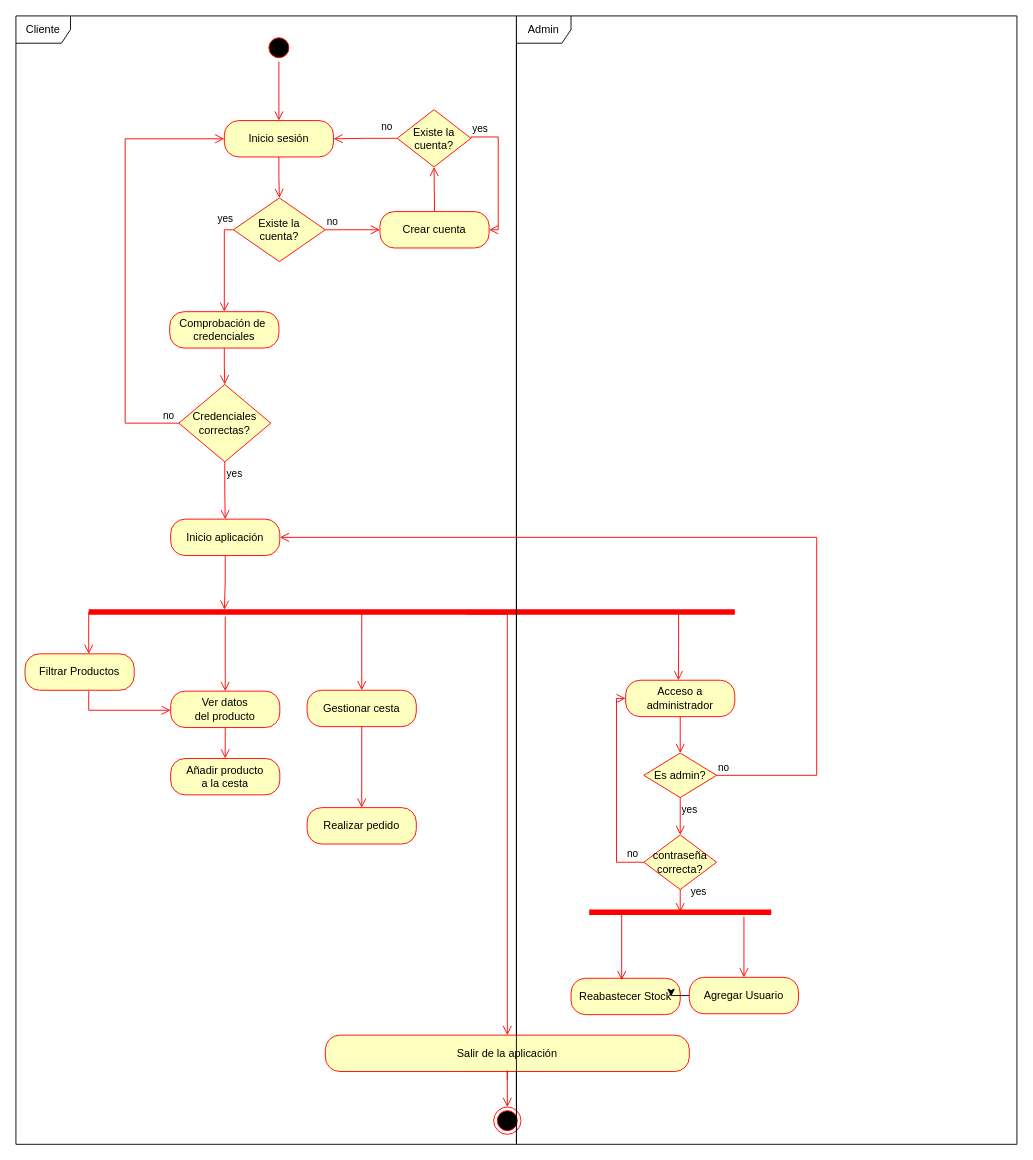
AlfonsoGallardoFlorida/DeffinePI keeps this draw.io diagram as entornos/DiagramaDeActividades.drawio. Above is the earlier version. Source tidied: cells renumbered, new cells numbered last; positions are measured from the earlier drawing's top-left corner, leaving out a move shared by most shapes. Both pictures are drawn from the tidied source at 91%, with x=0, y=0 at pixel (15, 15).
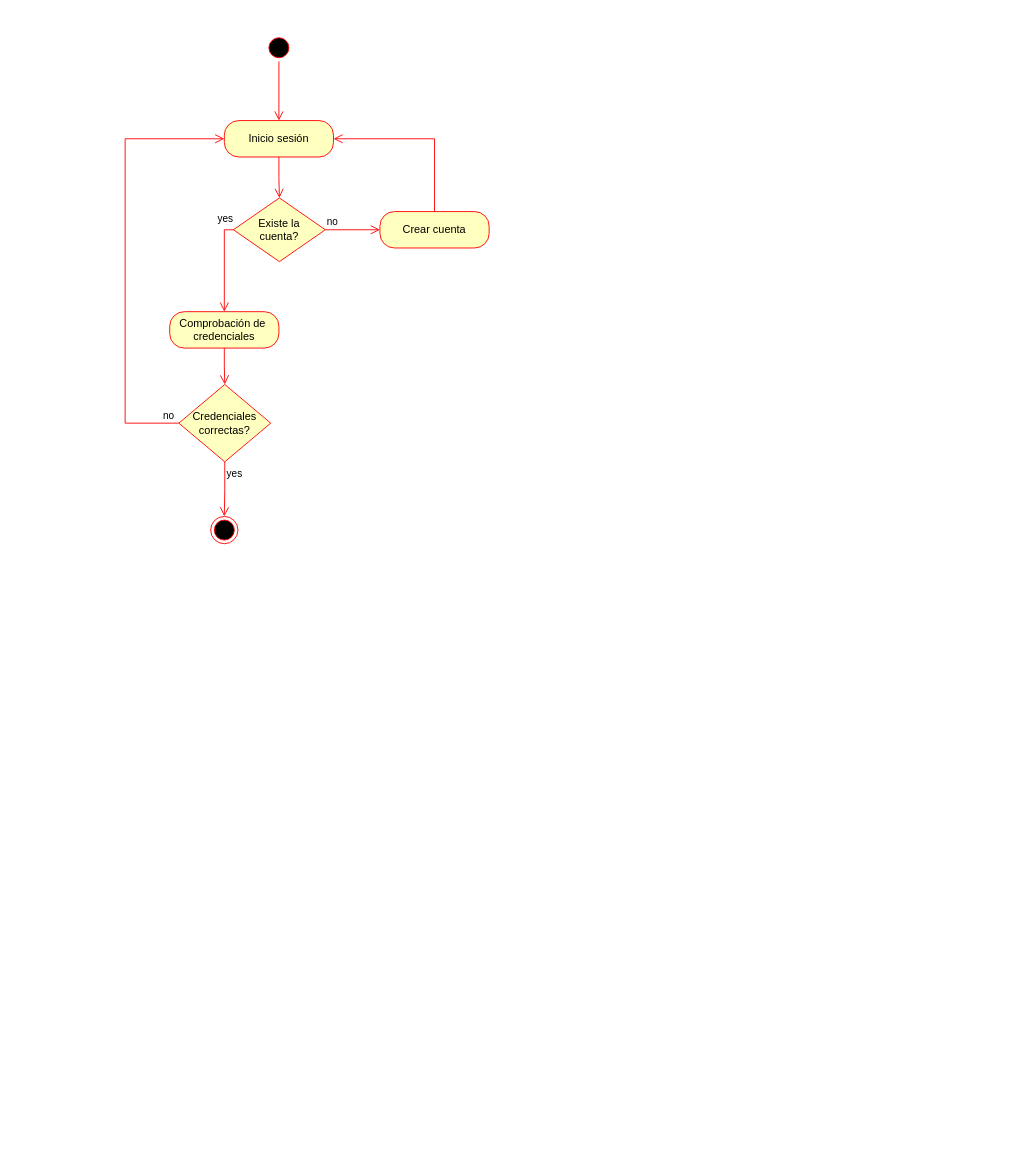
Above is the later version.

Commit message:
DiagramaDeActividades Inicio Sesión

The change refers to these unchanged cells:
```xml
<mxCell id="4" value="Inicio sesión" style="rounded=1;whiteSpace=wrap;html=1;arcSize=40;fontColor=#000000;fillColor=#ffffc0;strokeColor=#ff0000;" parent="1" vertex="1">
  <mxGeometry x="229" y="115" width="120" height="40" as="geometry" />
</mxCell>
<mxCell id="9" value="Crear cuenta" style="rounded=1;whiteSpace=wrap;html=1;arcSize=40;fontColor=#000000;fillColor=#ffffc0;strokeColor=#ff0000;" parent="1" vertex="1">
  <mxGeometry x="400" y="215" width="120" height="40" as="geometry" />
</mxCell>
<mxCell id="13" value="Credenciales correctas?" style="rhombus;whiteSpace=wrap;html=1;fontColor=#000000;fillColor=#ffffc0;strokeColor=#ff0000;" parent="1" vertex="1">
  <mxGeometry x="179" y="405" width="101" height="85" as="geometry" />
</mxCell>
```

Diff of the diagram source:
```diff
@@
-    <mxCell id="10" style="edgeStyle=orthogonalEdgeStyle;html=1;verticalAlign=bottom;endArrow=open;endSize=8;strokeColor=#ff0000;rounded=0;entryX=0.5;entryY=1;entryDx=0;entryDy=0;exitX=0.5;exitY=0;exitDx=0;exitDy=0;" parent="1" edge="1" source="9" target="31">
+    <mxCell id="10" style="edgeStyle=orthogonalEdgeStyle;html=1;verticalAlign=bottom;endArrow=open;endSize=8;strokeColor=#ff0000;rounded=0;entryX=1;entryY=0.5;entryDx=0;entryDy=0;" parent="1" edge="1" source="9" target="4">
       <mxGeometry relative="1" as="geometry">
         <Array as="points">
-          <mxPoint x="459" y="215" />
+          <mxPoint x="460" y="135" />
         </Array>
       </mxGeometry>
     </mxCell>
@@
-    <mxCell id="15" value="yes" style="edgeStyle=orthogonalEdgeStyle;html=1;align=left;verticalAlign=top;endArrow=open;endSize=8;strokeColor=#ff0000;rounded=0;entryX=0.5;entryY=0;entryDx=0;entryDy=0;" parent="1" edge="1" source="13" target="16">
+    <mxCell id="15" value="yes" style="edgeStyle=orthogonalEdgeStyle;html=1;align=left;verticalAlign=top;endArrow=open;endSize=8;strokeColor=#ff0000;rounded=0;entryX=0.5;entryY=0;entryDx=0;entryDy=0;" parent="1" edge="1" source="13" target="54">
       <mxGeometry x="-1" relative="1" as="geometry" />
     </mxCell>
-    <mxCell id="16" value="Inicio aplicación" style="rounded=1;whiteSpace=wrap;html=1;arcSize=40;fontColor=#000000;fillColor=#ffffc0;strokeColor=#ff0000;" parent="1" vertex="1">
-      <mxGeometry x="170" y="553" width="120" height="40" as="geometry" />
-    </mxCell>
-    <mxCell id="17" style="edgeStyle=orthogonalEdgeStyle;html=1;verticalAlign=bottom;endArrow=open;endSize=8;strokeColor=#ff0000;rounded=0;entryX=0.21;entryY=0.256;entryDx=0;entryDy=0;entryPerimeter=0;" parent="1" edge="1" source="16" target="19">
-      <mxGeometry relative="1" as="geometry" />
-    </mxCell>
-    <mxCell id="18" style="edgeStyle=orthogonalEdgeStyle;html=1;verticalAlign=bottom;endArrow=open;endSize=8;strokeColor=#ff0000;rounded=0;exitX=0;exitY=0.5;exitDx=0;exitDy=0;exitPerimeter=0;entryX=0.5;entryY=0;entryDx=0;entryDy=0;" parent="1" edge="1" source="19">
-      <mxGeometry relative="1" as="geometry">
-        <mxPoint x="80" y="701" as="targetPoint" />
-        <Array as="points">
-          <mxPoint x="80" y="655" />
-        </Array>
-      </mxGeometry>
-    </mxCell>
-    <mxCell id="19" style="shape=line;html=1;strokeWidth=6;strokeColor=#ff0000;" parent="1" vertex="1">
-      <mxGeometry x="80" y="650" width="710" height="10" as="geometry" />
-    </mxCell>
-    <mxCell id="20" value="Filtrar Productos" style="rounded=1;whiteSpace=wrap;html=1;arcSize=40;fontColor=#000000;fillColor=#ffffc0;strokeColor=#ff0000;" parent="1" vertex="1">
-      <mxGeometry x="10" y="701" width="120" height="40" as="geometry" />
-    </mxCell>
-    <mxCell id="21" style="edgeStyle=orthogonalEdgeStyle;html=1;verticalAlign=bottom;endArrow=open;endSize=8;strokeColor=#ff0000;rounded=0;entryX=0;entryY=0.5;entryDx=0;entryDy=0;" parent="1" edge="1">
-      <mxGeometry relative="1" as="geometry">
-        <mxPoint x="80" y="742" as="sourcePoint" />
-        <mxPoint x="170" y="763" as="targetPoint" />
-        <Array as="points">
-          <mxPoint x="80" y="763" />
-        </Array>
-      </mxGeometry>
-    </mxCell>
-    <mxCell id="22" value="Ver datos &lt;br&gt;del producto" style="rounded=1;whiteSpace=wrap;html=1;arcSize=40;fontColor=#000000;fillColor=#ffffc0;strokeColor=#ff0000;" parent="1" vertex="1">
-      <mxGeometry x="170" y="742" width="120" height="40" as="geometry" />
-    </mxCell>
-    <mxCell id="23" style="edgeStyle=orthogonalEdgeStyle;html=1;verticalAlign=bottom;endArrow=open;endSize=8;strokeColor=#ff0000;rounded=0;entryX=0.5;entryY=0;entryDx=0;entryDy=0;" parent="1" edge="1" source="22" target="25">
-      <mxGeometry relative="1" as="geometry" />
-    </mxCell>
-    <mxCell id="24" style="edgeStyle=orthogonalEdgeStyle;html=1;verticalAlign=bottom;endArrow=open;endSize=8;strokeColor=#ff0000;rounded=0;entryX=0.5;entryY=0;entryDx=0;entryDy=0;" parent="1" edge="1" source="19" target="22">
-      <mxGeometry relative="1" as="geometry">
-        <Array as="points">
-          <mxPoint x="230" y="680" />
-          <mxPoint x="230" y="680" />
-        </Array>
-      </mxGeometry>
-    </mxCell>
-    <mxCell id="25" value="Añadir producto&lt;br&gt;a la cesta" style="rounded=1;whiteSpace=wrap;html=1;arcSize=40;fontColor=#000000;fillColor=#ffffc0;strokeColor=#ff0000;" parent="1" vertex="1">
-      <mxGeometry x="170" y="816" width="120" height="40" as="geometry" />
-    </mxCell>
-    <mxCell id="26" value="Gestionar cesta" style="rounded=1;whiteSpace=wrap;html=1;arcSize=40;fontColor=#000000;fillColor=#ffffc0;strokeColor=#ff0000;" parent="1" vertex="1">
-      <mxGeometry x="320" y="741" width="120" height="40" as="geometry" />
-    </mxCell>
-    <mxCell id="27" style="edgeStyle=orthogonalEdgeStyle;html=1;verticalAlign=bottom;endArrow=open;endSize=8;strokeColor=#ff0000;rounded=0;entryX=0.5;entryY=0;entryDx=0;entryDy=0;" parent="1" edge="1" source="26" target="29">
-      <mxGeometry relative="1" as="geometry" />
-    </mxCell>
-    <mxCell id="28" style="edgeStyle=orthogonalEdgeStyle;html=1;verticalAlign=bottom;endArrow=open;endSize=8;strokeColor=#ff0000;rounded=0;entryX=0.5;entryY=0;entryDx=0;entryDy=0;exitX=1;exitY=0.5;exitDx=0;exitDy=0;exitPerimeter=0;" parent="1" edge="1" source="19" target="26">
-      <mxGeometry relative="1" as="geometry">
-        <Array as="points">
-          <mxPoint x="380" y="680" />
-          <mxPoint x="380" y="680" />
-        </Array>
-      </mxGeometry>
-    </mxCell>
-    <mxCell id="29" value="Realizar pedido" style="rounded=1;whiteSpace=wrap;html=1;arcSize=40;fontColor=#000000;fillColor=#ffffc0;strokeColor=#ff0000;" parent="1" vertex="1">
-      <mxGeometry x="320" y="870" width="120" height="40" as="geometry" />
-    </mxCell>
-    <mxCell id="30" style="ellipse;html=1;shape=endState;fillColor=#000000;strokeColor=#ff0000;" parent="1" vertex="1">
-      <mxGeometry x="525" y="1199" width="30" height="30" as="geometry" />
-    </mxCell>
-    <mxCell id="31" value="Existe la cuenta?" style="rhombus;whiteSpace=wrap;html=1;fontColor=#000000;fillColor=#ffffc0;strokeColor=#ff0000;" parent="1" vertex="1">
-      <mxGeometry x="419" y="103" width="81" height="63" as="geometry" />
-    </mxCell>
-    <mxCell id="32" value="no" style="edgeStyle=orthogonalEdgeStyle;html=1;align=left;verticalAlign=bottom;endArrow=open;endSize=8;strokeColor=#ff0000;rounded=0;entryX=1;entryY=0.5;entryDx=0;entryDy=0;" parent="1" edge="1" source="31" target="4">
-      <mxGeometry x="-0.46" y="-4" relative="1" as="geometry" />
-    </mxCell>
-    <mxCell id="33" value="yes" style="edgeStyle=orthogonalEdgeStyle;html=1;align=left;verticalAlign=top;endArrow=open;endSize=8;strokeColor=#ff0000;rounded=0;entryX=1;entryY=0.5;entryDx=0;entryDy=0;exitX=1;exitY=0.5;exitDx=0;exitDy=0;" parent="1" edge="1" source="31" target="9">
-      <mxGeometry x="-0.98" y="23" relative="1" as="geometry">
-        <Array as="points">
-          <mxPoint x="500" y="133" />
-          <mxPoint x="530" y="133" />
-          <mxPoint x="530" y="235" />
-        </Array>
-        <mxPoint x="23" y="-23" as="offset" />
-      </mxGeometry>
-    </mxCell>
-    <mxCell id="34" value="Cliente" style="shape=umlFrame;whiteSpace=wrap;html=1;" parent="1" vertex="1">
-      <mxGeometry width="550" height="1240" as="geometry" />
-    </mxCell>
-    <mxCell id="35" value="Salir de la aplicación" style="rounded=1;whiteSpace=wrap;html=1;arcSize=40;fontColor=#000000;fillColor=#ffffc0;strokeColor=#ff0000;" parent="1" vertex="1">
-      <mxGeometry x="340" y="1120" width="400" height="40" as="geometry" />
-    </mxCell>
-    <mxCell id="36" style="edgeStyle=orthogonalEdgeStyle;html=1;verticalAlign=bottom;endArrow=open;endSize=8;strokeColor=#ff0000;rounded=0;entryX=0.5;entryY=0;entryDx=0;entryDy=0;" parent="1" edge="1" target="30">
-      <mxGeometry relative="1" as="geometry">
-        <mxPoint x="540" y="1169" as="sourcePoint" />
-        <Array as="points">
-          <mxPoint x="540" y="1159" />
-          <mxPoint x="540" y="1159" />
-        </Array>
-      </mxGeometry>
-    </mxCell>
-    <mxCell id="37" style="edgeStyle=orthogonalEdgeStyle;html=1;verticalAlign=bottom;endArrow=open;endSize=8;strokeColor=#ff0000;rounded=0;entryX=0.5;entryY=0;entryDx=0;entryDy=0;exitX=0.585;exitY=0.734;exitDx=0;exitDy=0;exitPerimeter=0;" parent="1" edge="1" source="19" target="35">
-      <mxGeometry relative="1" as="geometry">
-        <Array as="points">
-          <mxPoint x="540" y="657" />
-        </Array>
-      </mxGeometry>
-    </mxCell>
-    <mxCell id="38" value="Acceso a administrador" style="rounded=1;whiteSpace=wrap;html=1;arcSize=40;fontColor=#000000;fillColor=#ffffc0;strokeColor=#ff0000;" parent="1" vertex="1">
-      <mxGeometry x="670" y="730" width="120" height="40" as="geometry" />
-    </mxCell>
-    <mxCell id="39" style="edgeStyle=orthogonalEdgeStyle;html=1;verticalAlign=bottom;endArrow=open;endSize=8;strokeColor=#ff0000;rounded=0;entryX=0.5;entryY=0;entryDx=0;entryDy=0;" parent="1" edge="1" source="38" target="48">
-      <mxGeometry relative="1" as="geometry" />
-    </mxCell>
-    <mxCell id="40" value="Reabastecer Stock" style="rounded=1;whiteSpace=wrap;html=1;arcSize=40;fontColor=#000000;fillColor=#ffffc0;strokeColor=#ff0000;" parent="1" vertex="1">
-      <mxGeometry x="610" y="1057.5" width="120" height="40" as="geometry" />
-    </mxCell>
-    <mxCell id="41" style="edgeStyle=orthogonalEdgeStyle;rounded=0;jettySize=auto;html=1;" parent="1" edge="1" source="42" target="40">
-      <mxGeometry relative="1" as="geometry" />
-    </mxCell>
-    <mxCell id="42" value="Agregar Usuario" style="rounded=1;whiteSpace=wrap;html=1;arcSize=40;fontColor=#000000;fillColor=#ffffc0;strokeColor=#ff0000;" parent="1" vertex="1">
-      <mxGeometry x="740" y="1056.5" width="120" height="40" as="geometry" />
-    </mxCell>
-    <mxCell id="43" value="Admin" style="shape=umlFrame;whiteSpace=wrap;html=1;" parent="1" vertex="1">
-      <mxGeometry x="550" width="550" height="1240" as="geometry" />
-    </mxCell>
-    <mxCell id="44" style="shape=line;html=1;strokeWidth=6;strokeColor=#ff0000;" parent="1" vertex="1">
-      <mxGeometry x="630" y="980" width="200" height="10" as="geometry" />
-    </mxCell>
-    <mxCell id="45" style="edgeStyle=orthogonalEdgeStyle;html=1;verticalAlign=bottom;endArrow=open;endSize=8;strokeColor=#ff0000;rounded=0;entryX=0.5;entryY=0;entryDx=0;entryDy=0;" parent="1" edge="1" source="44" target="42">
-      <mxGeometry relative="1" as="geometry">
-        <Array as="points">
-          <mxPoint x="800" y="1020" />
-          <mxPoint x="800" y="1020" />
-        </Array>
-      </mxGeometry>
-    </mxCell>
-    <mxCell id="46" style="edgeStyle=orthogonalEdgeStyle;html=1;verticalAlign=bottom;endArrow=open;endSize=8;strokeColor=#ff0000;rounded=0;exitX=0.913;exitY=0.403;exitDx=0;exitDy=0;exitPerimeter=0;" parent="1" edge="1" source="19">
-      <mxGeometry relative="1" as="geometry">
-        <mxPoint x="728" y="730" as="targetPoint" />
-      </mxGeometry>
-    </mxCell>
-    <mxCell id="47" style="edgeStyle=orthogonalEdgeStyle;html=1;verticalAlign=bottom;endArrow=open;endSize=8;strokeColor=#ff0000;rounded=0;entryX=0.464;entryY=0.05;entryDx=0;entryDy=0;exitX=0.184;exitY=0.666;exitDx=0;exitDy=0;exitPerimeter=0;entryPerimeter=0;" parent="1" edge="1" source="44" target="40">
-      <mxGeometry relative="1" as="geometry">
-        <Array as="points">
-          <mxPoint x="666" y="987" />
-        </Array>
-      </mxGeometry>
-    </mxCell>
-    <mxCell id="48" value="Es admin?" style="rhombus;whiteSpace=wrap;html=1;fontColor=#000000;fillColor=#ffffc0;strokeColor=#ff0000;" parent="1" vertex="1">
-      <mxGeometry x="690" y="810" width="80" height="49" as="geometry" />
-    </mxCell>
-    <mxCell id="49" value="no" style="edgeStyle=orthogonalEdgeStyle;html=1;align=left;verticalAlign=bottom;endArrow=open;endSize=8;strokeColor=#ff0000;rounded=0;entryX=1;entryY=0.5;entryDx=0;entryDy=0;" parent="1" edge="1" source="48" target="16">
-      <mxGeometry x="-1" relative="1" as="geometry">
-        <Array as="points">
-          <mxPoint x="880" y="835" />
-          <mxPoint x="880" y="573" />
-        </Array>
-      </mxGeometry>
-    </mxCell>
-    <mxCell id="50" value="yes" style="edgeStyle=orthogonalEdgeStyle;html=1;align=left;verticalAlign=top;endArrow=open;endSize=8;strokeColor=#ff0000;rounded=0;entryX=0.5;entryY=0;entryDx=0;entryDy=0;" parent="1" edge="1" source="48" target="51">
-      <mxGeometry x="-1" relative="1" as="geometry" />
-    </mxCell>
-    <mxCell id="51" value="contraseña correcta?" style="rhombus;whiteSpace=wrap;html=1;fontColor=#000000;fillColor=#ffffc0;strokeColor=#ff0000;" parent="1" vertex="1">
-      <mxGeometry x="690" y="900" width="80" height="60" as="geometry" />
-    </mxCell>
-    <mxCell id="52" value="no" style="edgeStyle=orthogonalEdgeStyle;html=1;align=left;verticalAlign=bottom;endArrow=open;endSize=8;strokeColor=#ff0000;rounded=0;entryX=0;entryY=0.5;entryDx=0;entryDy=0;" parent="1" edge="1" source="51" target="38">
-      <mxGeometry x="-0.82" relative="1" as="geometry">
-        <Array as="points">
-          <mxPoint x="660" y="930" />
-          <mxPoint x="660" y="750" />
-        </Array>
-      </mxGeometry>
-    </mxCell>
-    <mxCell id="53" value="yes" style="edgeStyle=orthogonalEdgeStyle;html=1;align=left;verticalAlign=top;endArrow=open;endSize=8;strokeColor=#ff0000;rounded=0;" parent="1" edge="1" source="51">
-      <mxGeometry x="-1" y="14" relative="1" as="geometry">
-        <mxPoint x="730" y="985" as="targetPoint" />
-        <mxPoint x="-4" y="-10" as="offset" />
-      </mxGeometry>
-    </mxCell>
+    <mxCell id="54" style="ellipse;html=1;shape=endState;fillColor=#000000;strokeColor=#ff0000;" parent="1" vertex="1">
+      <mxGeometry x="214" y="550" width="30" height="30" as="geometry" />
+    </mxCell>
```
